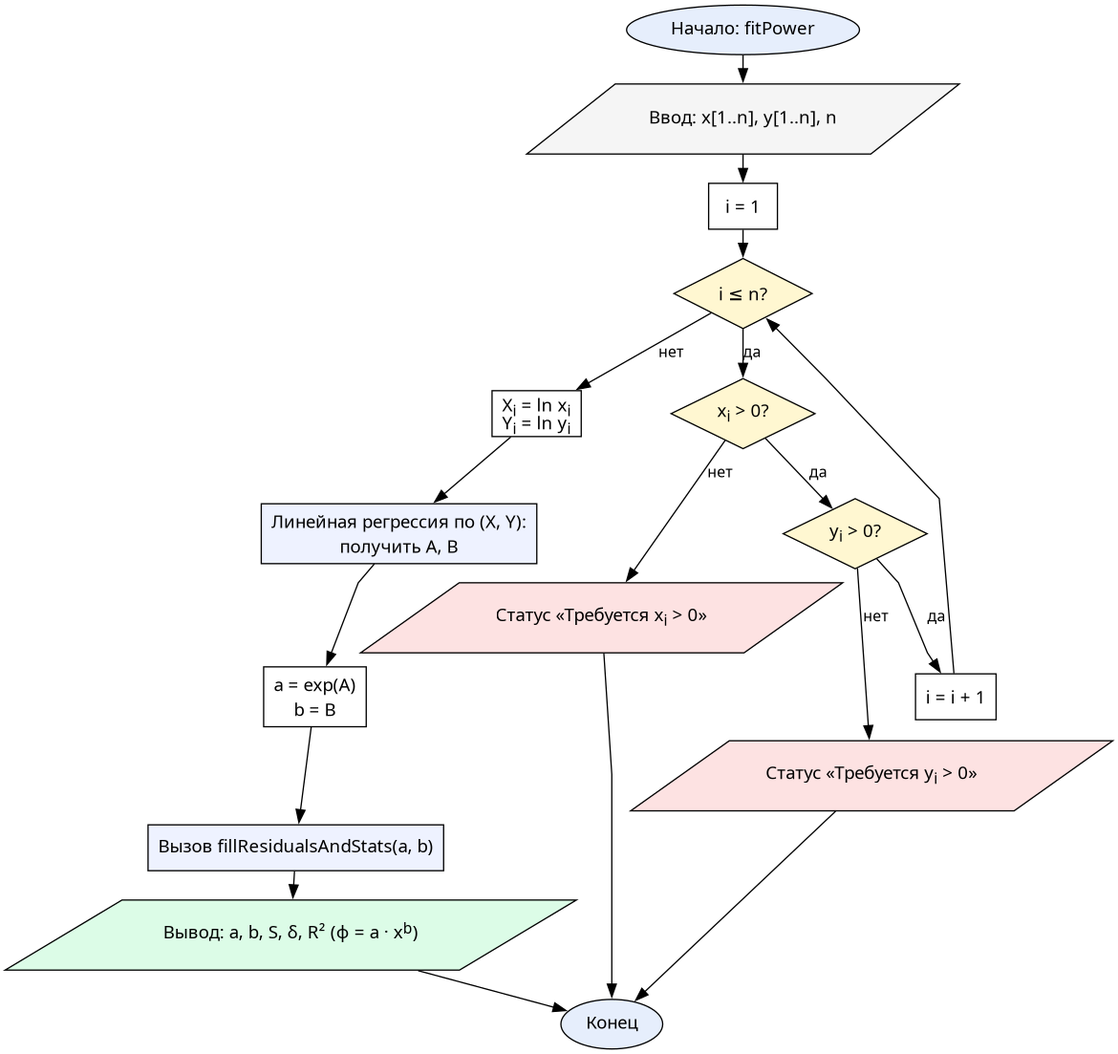
Above: reports/resources/flowcharts/ls_power.png in Oriptal/calc-math-lab2 (Graphviz), before the change. Its source is kept beside it as reports/resources/flowcharts/ls_power.dot.
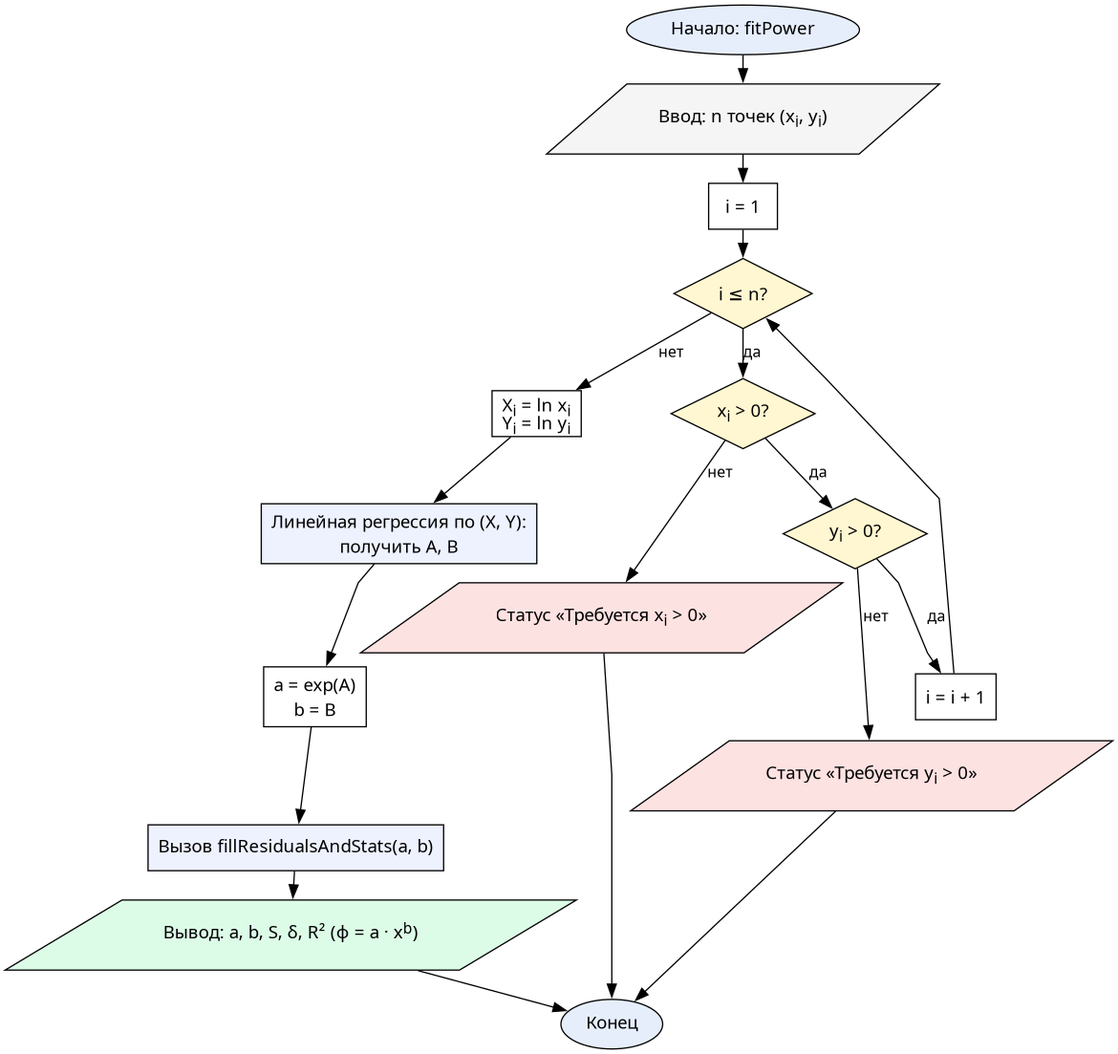
Later version of the same file.

What changed in the source:
```diff
@@ -4,7 +4,7 @@
   edge  [fontname="CMU Serif", fontsize=12, color="#000000"]
 
   start  [label="Начало: fitPower", shape=oval, fillcolor="#e6eefc"]
-  input  [label="Ввод: x[1..n], y[1..n], n", shape=parallelogram, fillcolor="#f5f5f5"]
+  input  [label=<Ввод: n точек (x<SUB>i</SUB>, y<SUB>i</SUB>)>, shape=parallelogram, fillcolor="#f5f5f5"]
   init   [label=<i = 1>, shape=box]
   chk1   [label=<i ≤ n?>, shape=diamond, fillcolor="#fff7d1"]
   chkx   [label=<x<SUB>i</SUB> &gt; 0?>, shape=diamond, fillcolor="#fff7d1"]
```
